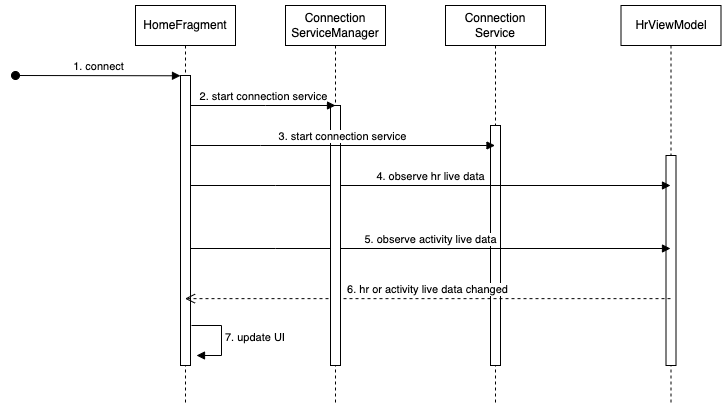
This is my-thesis/diagrams/hr-broadcast-homefragment.drawio.png from ba-nhermanto/thesis, a draw.io export, as it was before one commit. Source tidied: cells renumbered, new cells last; positions are measured from the earlier drawing's top-left corner, leaving out a move shared by most shapes.
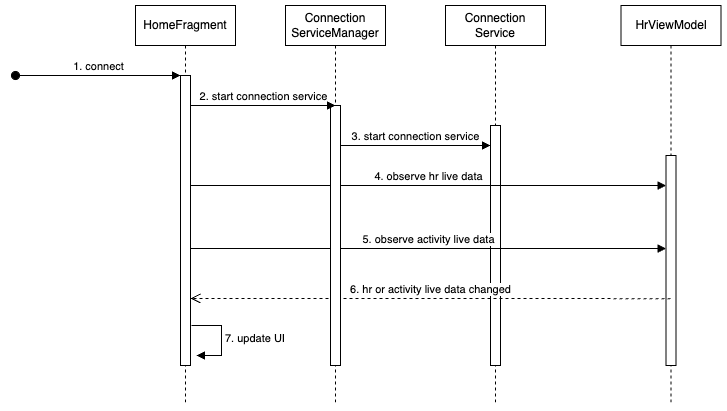
After the change.

What changed in the source:
```diff
@@ -34,25 +34,22 @@
     <mxCell id="9" style="html=1;points=[];perimeter=orthogonalPerimeter;outlineConnect=0;targetShapes=umlLifeline;portConstraint=eastwest;newEdgeStyle={&quot;edgeStyle&quot;:&quot;elbowEdgeStyle&quot;,&quot;elbow&quot;:&quot;vertical&quot;,&quot;curved&quot;:0,&quot;rounded&quot;:0};" parent="8" vertex="1">
       <mxGeometry x="45" y="150" width="10" height="210" as="geometry" />
     </mxCell>
-    <mxCell id="10" value="4. observe hr live data" style="html=1;verticalAlign=bottom;endArrow=block;edgeStyle=elbowEdgeStyle;elbow=vertical;curved=0;rounded=0;" parent="1" edge="1">
+    <mxCell id="10" value="4. observe hr live data" style="html=1;verticalAlign=bottom;endArrow=block;edgeStyle=elbowEdgeStyle;elbow=vertical;curved=0;rounded=0;" parent="1" edge="1" target="9">
       <mxGeometry relative="1" as="geometry">
         <mxPoint x="175" y="180" as="sourcePoint" />
-        <mxPoint x="655" y="180" as="targetPoint" />
         <Array as="points">
           <mxPoint x="260" y="180" />
         </Array>
       </mxGeometry>
     </mxCell>
-    <mxCell id="11" value="6. hr or activity live data changed" style="html=1;verticalAlign=bottom;endArrow=open;dashed=1;endSize=8;edgeStyle=elbowEdgeStyle;elbow=vertical;curved=0;rounded=0;" parent="1" edge="1">
+    <mxCell id="11" value="6. hr or activity live data changed" style="html=1;verticalAlign=bottom;endArrow=open;dashed=1;endSize=8;edgeStyle=elbowEdgeStyle;elbow=vertical;curved=0;rounded=0;" parent="1" edge="1" target="3">
       <mxGeometry relative="1" as="geometry">
         <mxPoint x="655" y="293.1" as="sourcePoint" />
-        <mxPoint x="169.5" y="293" as="targetPoint" />
       </mxGeometry>
     </mxCell>
-    <mxCell id="12" value="5. observe activity live data" style="html=1;verticalAlign=bottom;endArrow=block;edgeStyle=elbowEdgeStyle;elbow=vertical;curved=0;rounded=0;" parent="1" edge="1">
+    <mxCell id="12" value="5. observe activity live data" style="html=1;verticalAlign=bottom;endArrow=block;edgeStyle=elbowEdgeStyle;elbow=vertical;curved=0;rounded=0;" parent="1" edge="1" target="9">
       <mxGeometry relative="1" as="geometry">
         <mxPoint x="175" y="243" as="sourcePoint" />
-        <mxPoint x="655" y="243" as="targetPoint" />
         <Array as="points">
           <mxPoint x="260" y="243" />
         </Array>
@@ -73,11 +70,10 @@
         </Array>
       </mxGeometry>
     </mxCell>
-    <mxCell id="16" value="3. start connection service" style="html=1;verticalAlign=bottom;endArrow=block;edgeStyle=elbowEdgeStyle;elbow=vertical;curved=0;rounded=0;" parent="1" edge="1" source="3">
+    <mxCell id="16" value="3. start connection service" style="html=1;verticalAlign=bottom;endArrow=block;edgeStyle=elbowEdgeStyle;elbow=vertical;curved=0;rounded=0;" parent="1" edge="1" source="14" target="7">
       <mxGeometry relative="1" as="geometry">
-        <mxPoint x="479.5" y="140" as="targetPoint" />
         <Array as="points">
-          <mxPoint x="245" y="140" />
+          <mxPoint x="380" y="140" />
         </Array>
       </mxGeometry>
     </mxCell>
```
